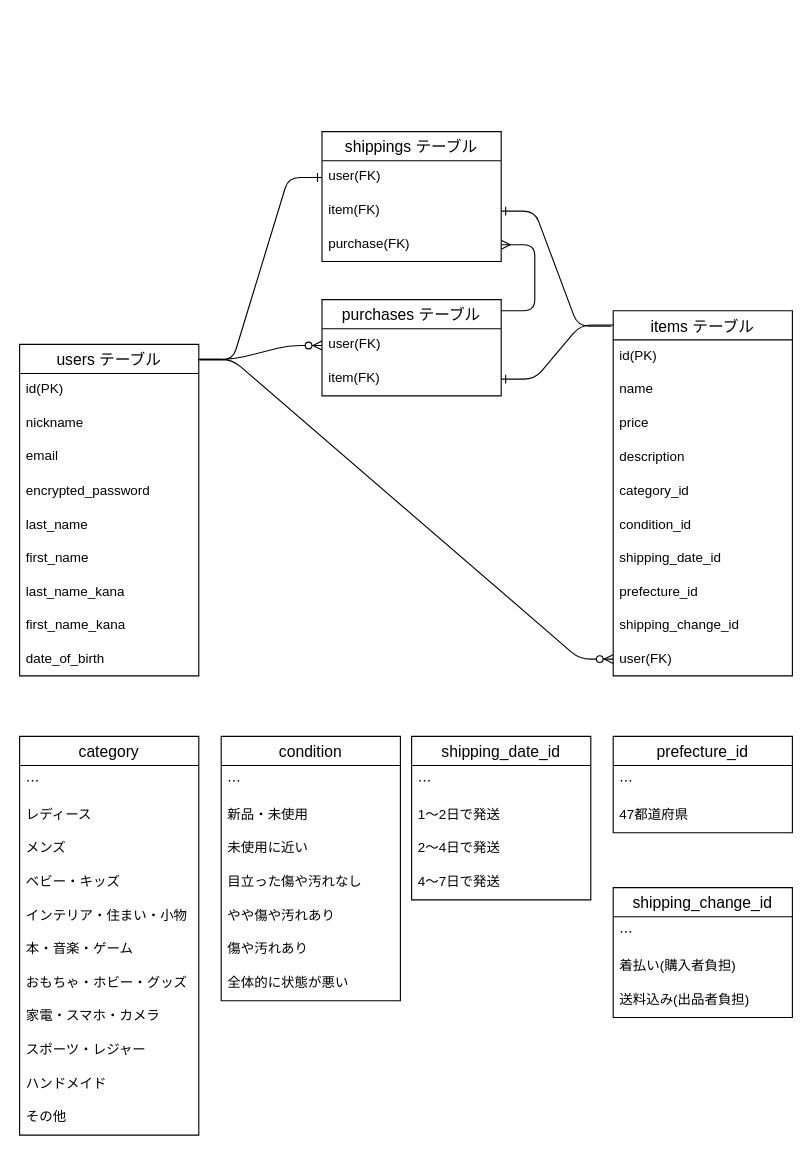
The draw.io diagram furima.dio in mackey3690/furima-40103, before the edit. Source tidied: cells renumbered, new cells numbered last; positions are measured from the earlier drawing's top-left corner, leaving out a move shared by most shapes. Both pictures are drawn from the tidied source at 112%, with x=0, y=0 at pixel (19, 131).
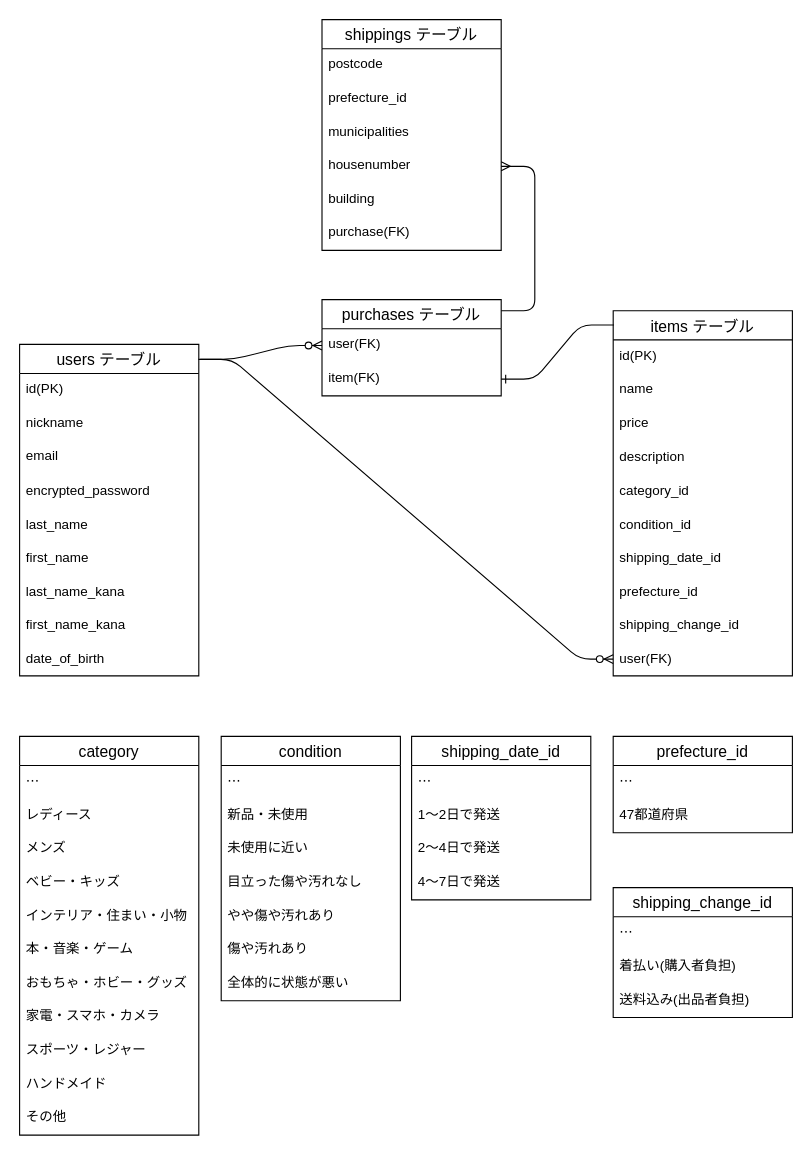
After the change.

Commit message:
ER図配送先情報修正

Unchanged cells that the change refers to:
```xml
<mxCell id="2" value="users テーブル" style="swimlane;fontStyle=0;horizontal=1;startSize=26;align=center;fontSize=14;verticalAlign=middle;" parent="1" vertex="1">
  <mxGeometry y="190" width="160" height="296" as="geometry" />
</mxCell>
<mxCell id="12" value="items テーブル" style="swimlane;fontStyle=0;horizontal=1;startSize=26;align=center;fontSize=14;" parent="1" vertex="1">
  <mxGeometry x="530" y="160" width="160" height="326" as="geometry" />
</mxCell>
```

The edit, as a diff of the source:
```diff
@@
     <mxCell id="60" value="shippings テーブル" style="swimlane;fontStyle=0;horizontal=1;startSize=26;align=center;fontSize=14;" parent="1" vertex="1">
-      <mxGeometry x="270" width="160" height="116" as="geometry" />
+      <mxGeometry x="270" y="-100" width="160" height="206" as="geometry" />
     </mxCell>
-    <mxCell id="61" value="user(FK)" style="text;strokeColor=none;fillColor=none;spacingLeft=4;spacingRight=4;overflow=hidden;points=[[0,0.5],[1,0.5]];portConstraint=eastwest;fontSize=12;" parent="60" vertex="1">
-      <mxGeometry y="26" width="160" height="30" as="geometry" />
-    </mxCell>
-    <mxCell id="62" value="item(FK)" style="text;strokeColor=none;fillColor=none;spacingLeft=4;spacingRight=4;overflow=hidden;points=[[0,0.5],[1,0.5]];portConstraint=eastwest;fontSize=12;" parent="60" vertex="1">
-      <mxGeometry y="56" width="160" height="30" as="geometry" />
-    </mxCell>
+    <mxCell id="68" value="postcode" style="text;strokeColor=none;fillColor=none;spacingLeft=4;spacingRight=4;overflow=hidden;fontSize=12;" parent="60" vertex="1">
+      <mxGeometry y="26" width="160" height="30" as="geometry" />
+    </mxCell>
+    <mxCell id="69" value="prefecture_id" style="text;strokeColor=none;fillColor=none;spacingLeft=4;spacingRight=4;overflow=hidden;fontSize=12;" parent="60" vertex="1">
+      <mxGeometry y="56" width="160" height="30" as="geometry" />
+    </mxCell>
+    <mxCell id="70" value="municipalities" style="text;strokeColor=none;fillColor=none;spacingLeft=4;spacingRight=4;overflow=hidden;fontSize=12;" parent="60" vertex="1">
+      <mxGeometry y="86" width="160" height="30" as="geometry" />
+    </mxCell>
-    <mxCell id="63" value="purchase(FK)" style="text;strokeColor=none;fillColor=none;spacingLeft=4;spacingRight=4;overflow=hidden;points=[[0,0.5],[1,0.5]];portConstraint=eastwest;fontSize=12;" parent="60" vertex="1">
-      <mxGeometry y="86" width="160" height="30" as="geometry" />
+    <mxCell id="63" value="housenumber" style="text;strokeColor=none;fillColor=none;spacingLeft=4;spacingRight=4;overflow=hidden;points=[[0,0.5],[1,0.5]];portConstraint=eastwest;fontSize=12;" parent="60" vertex="1">
+      <mxGeometry y="116" width="160" height="30" as="geometry" />
     </mxCell>
-    <mxCell id="64" style="edgeStyle=entityRelationEdgeStyle;fontSize=12;html=1;endArrow=ERone;endFill=1;exitX=1.002;exitY=0.047;exitDx=0;exitDy=0;exitPerimeter=0;entryX=0;entryY=0.5;entryDx=0;entryDy=0;" parent="1" edge="1" source="2" target="61">
-      <mxGeometry relative="1" as="geometry" />
-    </mxCell>
-    <mxCell id="65" style="edgeStyle=entityRelationEdgeStyle;fontSize=12;html=1;endArrow=ERone;endFill=1;exitX=-0.01;exitY=0.042;exitDx=0;exitDy=0;exitPerimeter=0;entryX=1;entryY=0.5;entryDx=0;entryDy=0;" parent="1" edge="1" source="12" target="62">
-      <mxGeometry relative="1" as="geometry" />
-    </mxCell>
+    <mxCell id="71" value="building" style="text;strokeColor=none;fillColor=none;spacingLeft=4;spacingRight=4;overflow=hidden;fontSize=12;" parent="60" vertex="1">
+      <mxGeometry y="146" width="160" height="30" as="geometry" />
+    </mxCell>
+    <mxCell id="72" value="purchase(FK)" style="text;strokeColor=none;fillColor=none;spacingLeft=4;spacingRight=4;overflow=hidden;fontSize=12;" parent="60" vertex="1">
+      <mxGeometry y="176" width="160" height="30" as="geometry" />
+    </mxCell>
```
